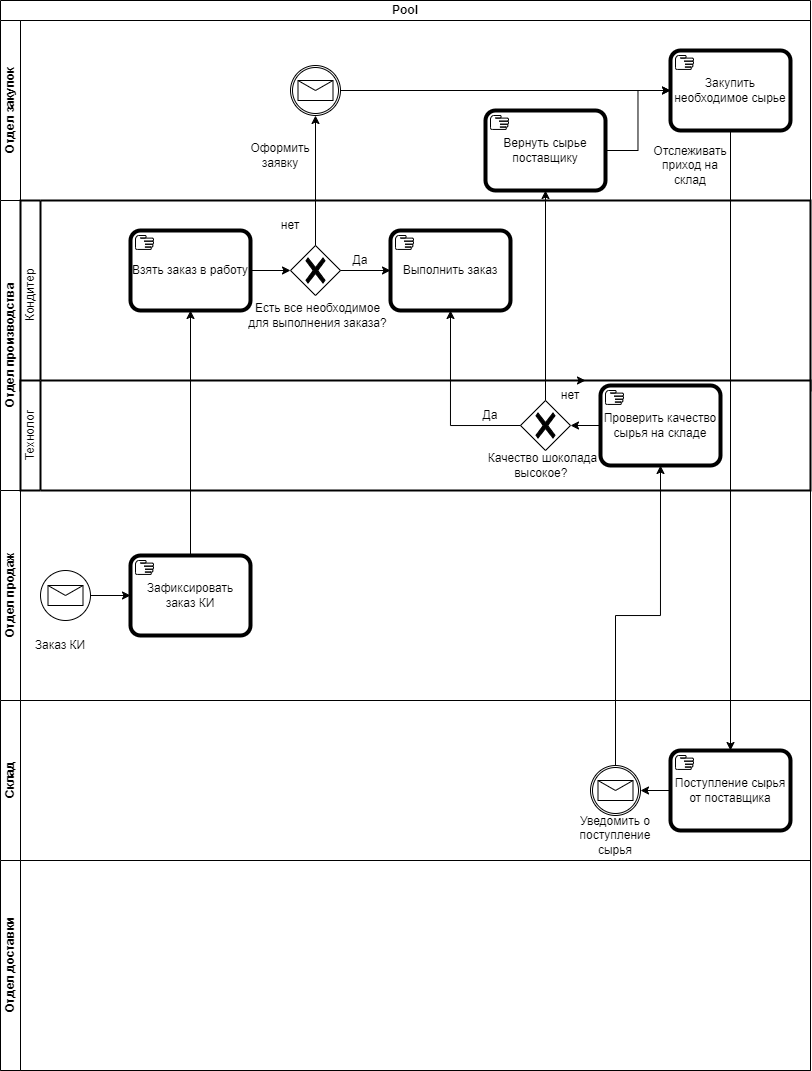
Above: BPMN.drawio.png in SofiyaBrodnikova/-educational (draw.io), before the change. Source tidied: cells renumbered, new cells last; positions are measured from the earlier drawing's top-left corner, leaving out a move shared by most shapes.
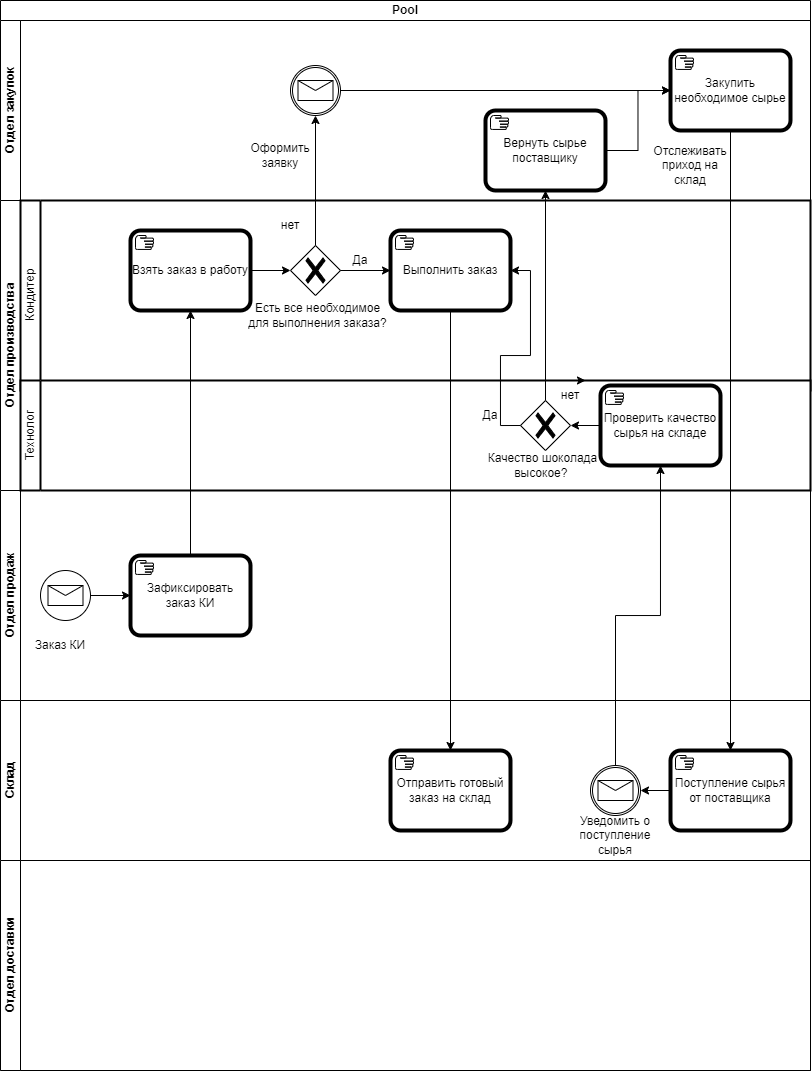
After the change.

Change to the diagram source:
```diff
@@ -118,6 +118,9 @@
     <mxCell id="39" value="Уведомить о поступление сырья" style="text;strokeColor=none;align=center;fillColor=none;html=1;verticalAlign=middle;whiteSpace=wrap;rounded=0;" parent="35" vertex="1">
       <mxGeometry x="580" y="120" width="70" height="30" as="geometry" />
     </mxCell>
+    <mxCell id="47" value="Отправить готовый заказ на склад" style="points=[[0.25,0,0],[0.5,0,0],[0.75,0,0],[1,0.25,0],[1,0.5,0],[1,0.75,0],[0.75,1,0],[0.5,1,0],[0.25,1,0],[0,0.75,0],[0,0.5,0],[0,0.25,0]];shape=mxgraph.bpmn.task2;whiteSpace=wrap;rectStyle=rounded;size=10;html=1;bpmnShapeType=call;taskMarker=manual;" parent="35" vertex="1">
+      <mxGeometry x="390" y="50" width="120" height="80" as="geometry" />
+    </mxCell>
     <mxCell id="40" value="Отдел доставки" style="swimlane;html=1;startSize=20;horizontal=0;" parent="2" vertex="1">
       <mxGeometry y="860" width="810" height="210" as="geometry" />
     </mxCell>
@@ -133,11 +136,14 @@
     <mxCell id="44" style="edgeStyle=orthogonalEdgeStyle;rounded=0;jettySize=auto;html=1;exitX=0.5;exitY=0;exitDx=0;exitDy=0;exitPerimeter=0;entryX=0.5;entryY=1;entryDx=0;entryDy=0;entryPerimeter=0;" parent="2" edge="1" source="37" target="28">
       <mxGeometry relative="1" as="geometry" />
     </mxCell>
-    <mxCell id="45" style="edgeStyle=orthogonalEdgeStyle;rounded=0;jettySize=auto;html=1;exitX=0;exitY=0.5;exitDx=0;exitDy=0;exitPerimeter=0;entryX=0.5;entryY=1;entryDx=0;entryDy=0;entryPerimeter=0;" parent="2" edge="1" source="30" target="16">
+    <mxCell id="45" style="edgeStyle=orthogonalEdgeStyle;rounded=0;jettySize=auto;html=1;exitX=0;exitY=0.5;exitDx=0;exitDy=0;exitPerimeter=0;entryX=1;entryY=0.5;entryDx=0;entryDy=0;entryPerimeter=0;" parent="2" edge="1" source="30" target="16">
       <mxGeometry relative="1" as="geometry" />
     </mxCell>
     <mxCell id="46" style="edgeStyle=orthogonalEdgeStyle;rounded=0;jettySize=auto;html=1;exitX=0.5;exitY=0;exitDx=0;exitDy=0;exitPerimeter=0;entryX=0.5;entryY=1;entryDx=0;entryDy=0;entryPerimeter=0;" parent="2" edge="1" source="30" target="9">
       <mxGeometry relative="1" as="geometry" />
     </mxCell>
+    <mxCell id="48" style="edgeStyle=orthogonalEdgeStyle;rounded=0;jettySize=auto;html=1;exitX=0.5;exitY=1;exitDx=0;exitDy=0;exitPerimeter=0;entryX=0.5;entryY=0;entryDx=0;entryDy=0;entryPerimeter=0;" parent="2" edge="1" source="16" target="47">
+      <mxGeometry relative="1" as="geometry" />
+    </mxCell>
   </root>
 </mxGraphModel>
```
